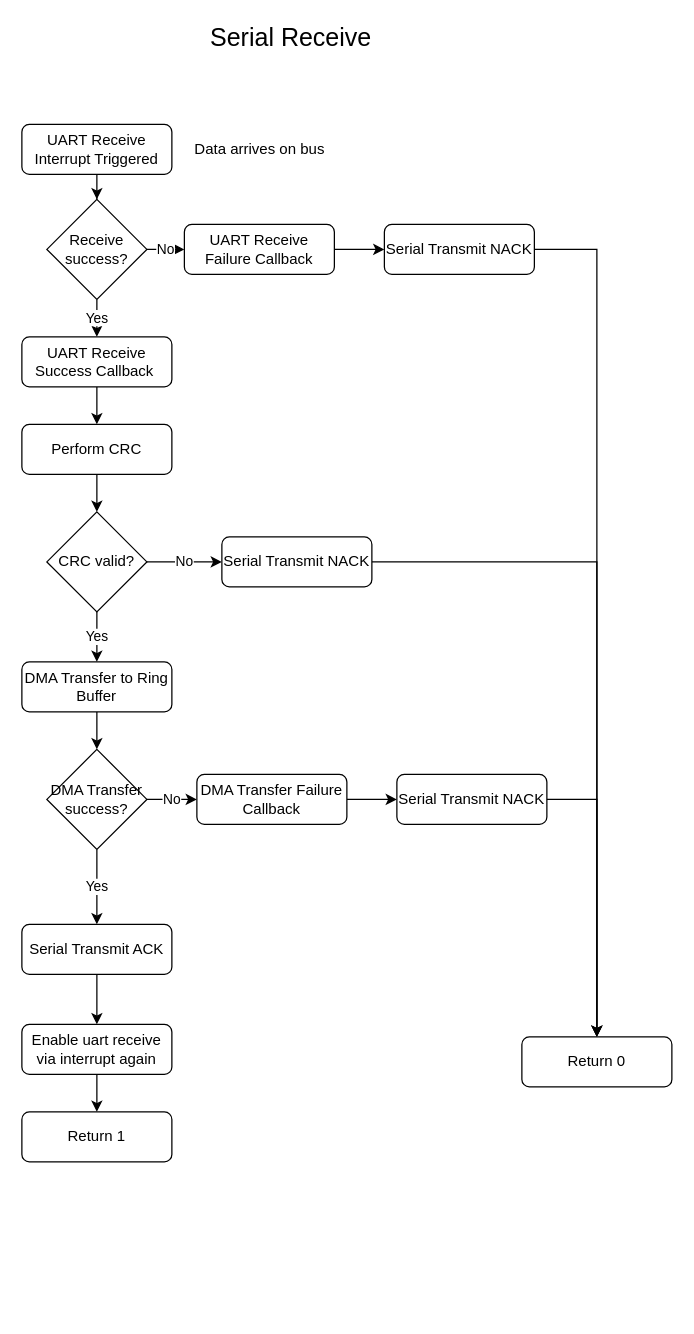
Earlier version of the draw.io diagram page "Serial_Receive" (3 of 6) of Documentation/STM32Flowchart.drawio (nagars/CPDM-IISc). Source tidied: cells renumbered, new cells numbered last; positions are measured from the earlier drawing's top-left corner, leaving out a move shared by most shapes. Both pictures are drawn from the tidied source at 125%, with x=0, y=0 at pixel (21, 24).
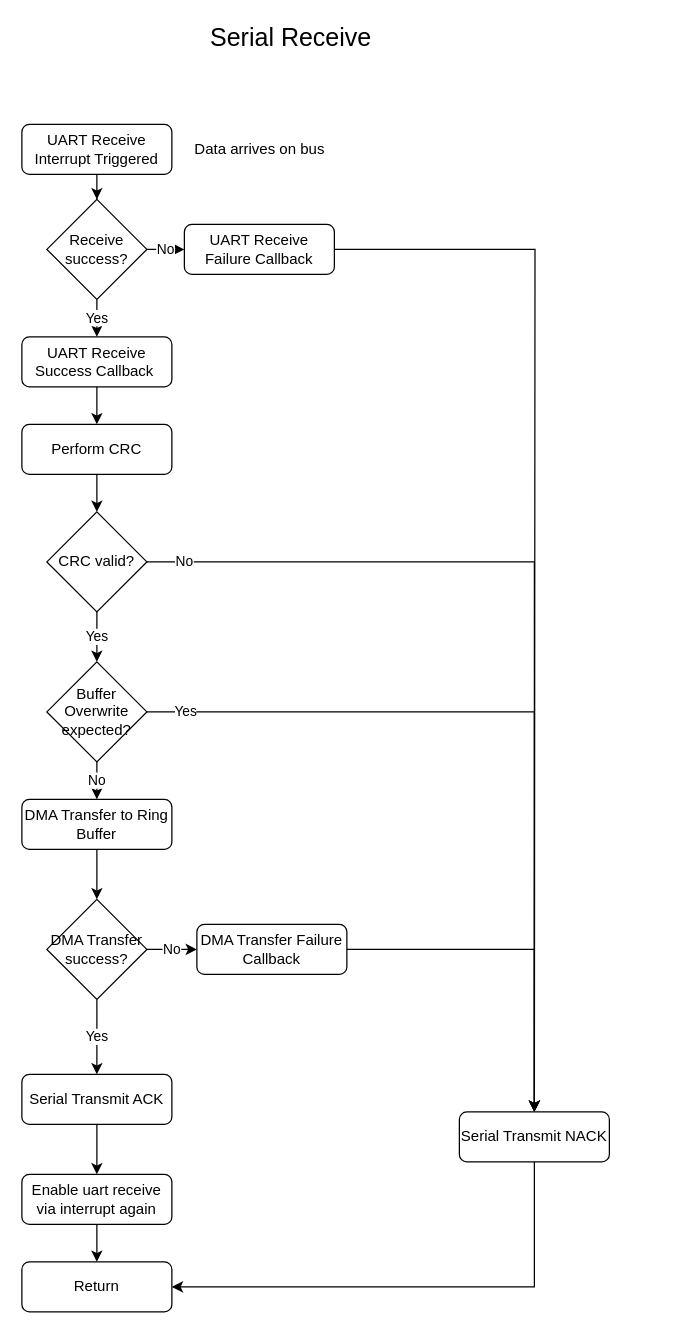
The same diagram, later.

The change refers to these unchanged cells:
```xml
<mxCell id="12" value="UART Receive Failure Callback" style="rounded=1;whiteSpace=wrap;html=1;fontSize=12;glass=0;strokeWidth=1;shadow=0;" parent="1" vertex="1">
  <mxGeometry x="130" y="160" width="120" height="40" as="geometry" />
</mxCell>
<mxCell id="18" value="CRC valid?" style="rhombus;whiteSpace=wrap;html=1;" parent="1" vertex="1">
  <mxGeometry x="20" y="390" width="80" height="80" as="geometry" />
</mxCell>
```

The edit, as a diff of the source:
```diff
@@
-    <mxCell id="10" style="edgeStyle=orthogonalEdgeStyle;rounded=0;jettySize=auto;html=1;exitX=1;exitY=0.5;exitDx=0;exitDy=0;entryX=0.5;entryY=0;entryDx=0;entryDy=0;" parent="1" edge="1" source="34" target="13">
-      <mxGeometry relative="1" as="geometry" />
-    </mxCell>
-    <mxCell id="11" style="edgeStyle=orthogonalEdgeStyle;rounded=0;jettySize=auto;html=1;" parent="1" edge="1" source="12" target="34">
-      <mxGeometry relative="1" as="geometry" />
-    </mxCell>
@@
-    <mxCell id="13" value="Return 0" style="rounded=1;whiteSpace=wrap;html=1;fontSize=12;glass=0;strokeWidth=1;shadow=0;" parent="1" vertex="1">
-      <mxGeometry x="400" y="810" width="120" height="40" as="geometry" />
-    </mxCell>
@@
-    <mxCell id="16" value="No" style="edgeStyle=orthogonalEdgeStyle;rounded=0;jettySize=auto;html=1;" parent="1" edge="1" source="18">
-      <mxGeometry relative="1" as="geometry">
-        <mxPoint x="160" y="430" as="targetPoint" />
-      </mxGeometry>
+    <mxCell id="16" value="No" style="edgeStyle=orthogonalEdgeStyle;rounded=0;jettySize=auto;html=1;entryX=0.5;entryY=0;entryDx=0;entryDy=0;" parent="1" edge="1" source="18" target="30">
+      <mxGeometry x="-0.92" relative="1" as="geometry" />
     </mxCell>
-    <mxCell id="17" value="Yes" style="edgeStyle=orthogonalEdgeStyle;rounded=0;jettySize=auto;html=1;entryX=0.5;entryY=0;entryDx=0;entryDy=0;" parent="1" edge="1" source="18" target="22">
-      <mxGeometry relative="1" as="geometry" />
-    </mxCell>
+    <mxCell id="37" value="Yes" style="edgeStyle=orthogonalEdgeStyle;rounded=0;jettySize=auto;html=1;" parent="1" edge="1" source="18" target="39">
+      <mxGeometry relative="1" as="geometry" />
+    </mxCell>
@@
-    <mxCell id="19" style="edgeStyle=orthogonalEdgeStyle;rounded=0;jettySize=auto;html=1;entryX=0.5;entryY=0;entryDx=0;entryDy=0;" parent="1" edge="1" target="13">
-      <mxGeometry relative="1" as="geometry">
-        <mxPoint x="280" y="430" as="sourcePoint" />
-        <Array as="points">
-          <mxPoint x="460" y="430" />
-        </Array>
-      </mxGeometry>
-    </mxCell>
-    <mxCell id="20" value="Serial Transmit NACK" style="rounded=1;whiteSpace=wrap;html=1;fontSize=12;glass=0;strokeWidth=1;shadow=0;" parent="1" vertex="1">
-      <mxGeometry x="160" y="410" width="120" height="40" as="geometry" />
-    </mxCell>
@@
     <mxCell id="22" value="DMA Transfer to Ring Buffer" style="rounded=1;whiteSpace=wrap;html=1;fontSize=12;glass=0;strokeWidth=1;shadow=0;" parent="1" vertex="1">
-      <mxGeometry y="510" width="120" height="40" as="geometry" />
+      <mxGeometry y="620" width="120" height="40" as="geometry" />
     </mxCell>
@@
     <mxCell id="25" value="DMA Transfer success?" style="rhombus;whiteSpace=wrap;html=1;" parent="1" vertex="1">
-      <mxGeometry x="20" y="580" width="80" height="80" as="geometry" />
+      <mxGeometry x="20" y="700" width="80" height="80" as="geometry" />
     </mxCell>
-    <mxCell id="26" style="edgeStyle=orthogonalEdgeStyle;rounded=0;jettySize=auto;html=1;entryX=0;entryY=0.5;entryDx=0;entryDy=0;" parent="1" edge="1" source="27" target="30">
-      <mxGeometry relative="1" as="geometry" />
-    </mxCell>
     <mxCell id="27" value="DMA Transfer Failure Callback" style="rounded=1;whiteSpace=wrap;html=1;fontSize=12;glass=0;strokeWidth=1;shadow=0;" parent="1" vertex="1">
-      <mxGeometry x="140" y="600" width="120" height="40" as="geometry" />
+      <mxGeometry x="140" y="720" width="120" height="40" as="geometry" />
     </mxCell>
@@
     <mxCell id="29" value="Serial Transmit ACK" style="rounded=1;whiteSpace=wrap;html=1;fontSize=12;glass=0;strokeWidth=1;shadow=0;" parent="1" vertex="1">
-      <mxGeometry y="720" width="120" height="40" as="geometry" />
+      <mxGeometry y="840" width="120" height="40" as="geometry" />
     </mxCell>
     <mxCell id="30" value="Serial Transmit NACK" style="rounded=1;whiteSpace=wrap;html=1;fontSize=12;glass=0;strokeWidth=1;shadow=0;" parent="1" vertex="1">
-      <mxGeometry x="300" y="600" width="120" height="40" as="geometry" />
+      <mxGeometry x="350" y="870" width="120" height="40" as="geometry" />
     </mxCell>
-    <mxCell id="31" style="edgeStyle=orthogonalEdgeStyle;rounded=0;jettySize=auto;html=1;exitX=1;exitY=0.5;exitDx=0;exitDy=0;entryX=0.5;entryY=0;entryDx=0;entryDy=0;" parent="1" edge="1" source="30" target="13">
-      <mxGeometry relative="1" as="geometry">
-        <Array as="points">
-          <mxPoint x="460" y="620" />
-        </Array>
-      </mxGeometry>
-    </mxCell>
@@
     <mxCell id="33" value="Enable uart receive via interrupt again" style="rounded=1;whiteSpace=wrap;html=1;fontSize=12;glass=0;strokeWidth=1;shadow=0;" parent="1" vertex="1">
-      <mxGeometry y="800" width="120" height="40" as="geometry" />
+      <mxGeometry y="920" width="120" height="40" as="geometry" />
     </mxCell>
-    <mxCell id="34" value="Serial Transmit NACK" style="rounded=1;whiteSpace=wrap;html=1;fontSize=12;glass=0;strokeWidth=1;shadow=0;" parent="1" vertex="1">
-      <mxGeometry x="290" y="160" width="120" height="40" as="geometry" />
-    </mxCell>
-    <mxCell id="35" value="Return 1" style="rounded=1;whiteSpace=wrap;html=1;fontSize=12;glass=0;strokeWidth=1;shadow=0;" parent="1" vertex="1">
-      <mxGeometry y="870" width="120" height="40" as="geometry" />
+    <mxCell id="35" value="Return" style="rounded=1;whiteSpace=wrap;html=1;fontSize=12;glass=0;strokeWidth=1;shadow=0;" parent="1" vertex="1">
+      <mxGeometry y="990" width="120" height="40" as="geometry" />
     </mxCell>
@@
+    <mxCell id="38" value="No" style="edgeStyle=orthogonalEdgeStyle;rounded=0;jettySize=auto;html=1;entryX=0.5;entryY=0;entryDx=0;entryDy=0;" parent="1" edge="1" source="39" target="22">
+      <mxGeometry relative="1" as="geometry" />
+    </mxCell>
+    <mxCell id="39" value="Buffer Overwrite expected?" style="rhombus;whiteSpace=wrap;html=1;" parent="1" vertex="1">
+      <mxGeometry x="20" y="510" width="80" height="80" as="geometry" />
+    </mxCell>
+    <mxCell id="40" style="edgeStyle=orthogonalEdgeStyle;rounded=0;jettySize=auto;html=1;exitX=0.5;exitY=1;exitDx=0;exitDy=0;entryX=1;entryY=0.5;entryDx=0;entryDy=0;" parent="1" edge="1" source="30" target="35">
+      <mxGeometry relative="1" as="geometry" />
+    </mxCell>
+    <mxCell id="26" style="edgeStyle=orthogonalEdgeStyle;rounded=0;jettySize=auto;html=1;exitX=1;exitY=0.5;exitDx=0;exitDy=0;entryX=0.5;entryY=0;entryDx=0;entryDy=0;" parent="1" edge="1" source="27" target="30">
+      <mxGeometry relative="1" as="geometry" />
+    </mxCell>
+    <mxCell id="41" value="Yes" style="edgeStyle=orthogonalEdgeStyle;rounded=0;jettySize=auto;html=1;exitX=1;exitY=0.5;exitDx=0;exitDy=0;entryX=0.5;entryY=0;entryDx=0;entryDy=0;" parent="1" edge="1" source="39" target="30">
+      <mxGeometry x="-0.9" relative="1" as="geometry" />
+    </mxCell>
+    <mxCell id="42" style="edgeStyle=orthogonalEdgeStyle;rounded=0;jettySize=auto;html=1;exitX=1;exitY=0.5;exitDx=0;exitDy=0;" parent="1" edge="1" source="12">
+      <mxGeometry relative="1" as="geometry">
+        <mxPoint x="410" y="870" as="targetPoint" />
+      </mxGeometry>
+    </mxCell>
```
